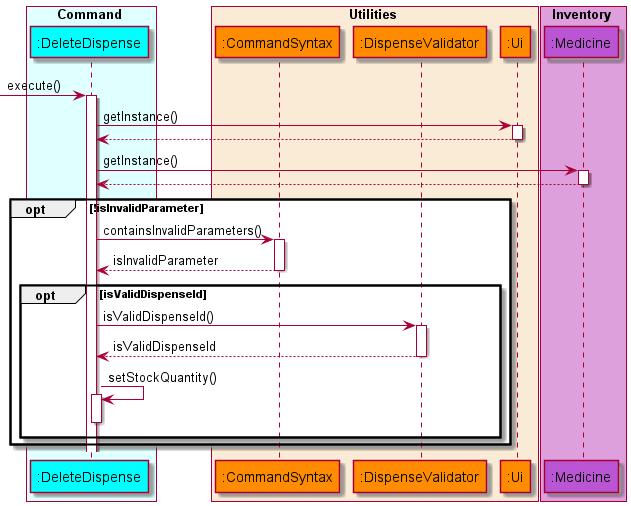
nus-cs2113-AY2122S1/tp keeps this PlantUML diagram as docs/diagrams/diagram_images/DeleteDispenseSequenceDiagram.png. Above is the earlier version. Source of this version:
```plantuml
@startuml UpdateStockSequenceDiagram

!include style.puml

box Command COLOR_COMMAND_BOX
    participant ":DeleteDispense" as deletedispense COLOR_COMMAND
end box

box Utilities COLOR_UTILITIES_BOX
    participant ":CommandSyntax" as commandsyntax COLOR_UTILITIES
    participant ":DispenseValidator" as dispensevalidator COLOR_UTILITIES
    participant ":Ui" as ui COLOR_UTILITIES
end box

box Inventory COLOR_INVENTORY_BOX
    participant ":Medicine" as medicine COLOR_INVENTORY
end box

autoactivate on
-> deletedispense: execute()
deletedispense -> ui: getInstance()
deletedispense <-- ui
deletedispense -> medicine : getInstance()
deletedispense <-- medicine

opt !isInvalidParameter
deletedispense -> commandsyntax : containsInvalidParameters()
deletedispense <-- commandsyntax : isInvalidParameter
    opt isValidDispenseId
    deletedispense -> dispensevalidator : isValidDispenseId()
    deletedispense <-- dispensevalidator : isValidDispenseId
    deletedispense -> deletedispense : setStockQuantity()
    deactivate deletedispense
    end
end
@enduml
```
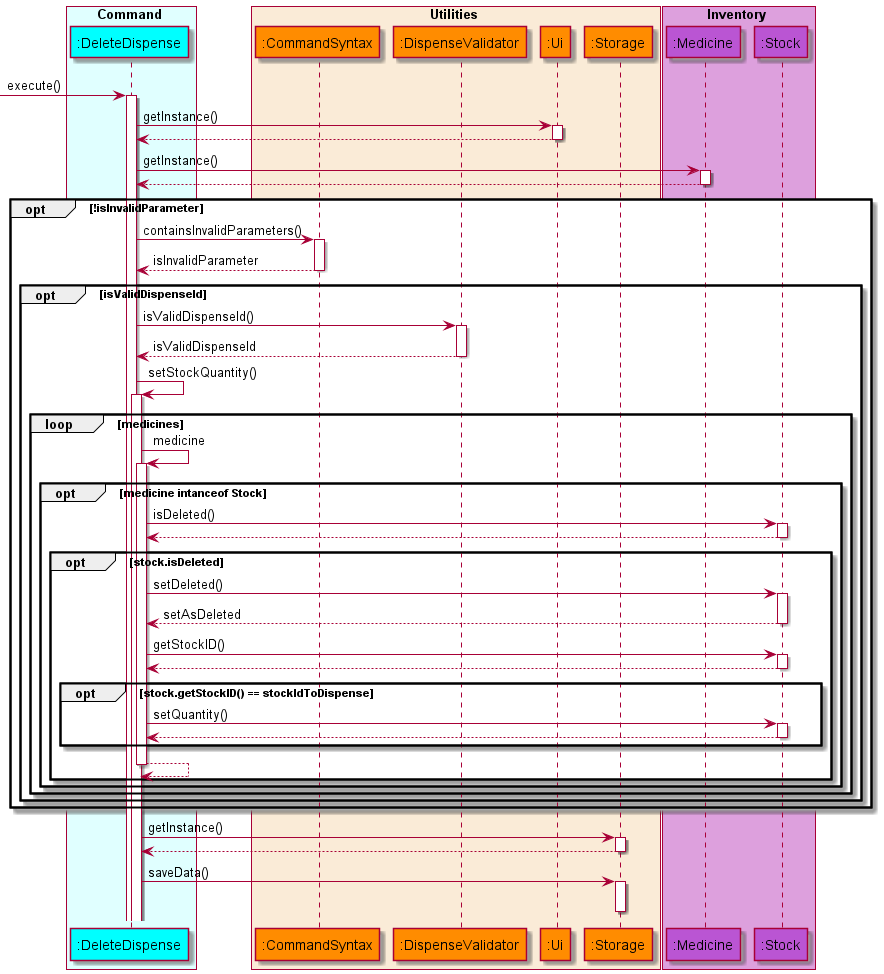
Later version of the same file.

Commit message:
update sequence diagram and DG

The edit, as a diff of the source:
```diff
@@ -10,10 +10,12 @@
     participant ":CommandSyntax" as commandsyntax COLOR_UTILITIES
     participant ":DispenseValidator" as dispensevalidator COLOR_UTILITIES
     participant ":Ui" as ui COLOR_UTILITIES
+    participant ":Storage" as storage COLOR_UTILITIES
 end box
 
 box Inventory COLOR_INVENTORY_BOX
     participant ":Medicine" as medicine COLOR_INVENTORY
+    participant ":Stock" as stock COLOR_INVENTORY
 end box
 
 autoactivate on
@@ -30,7 +32,32 @@
     deletedispense -> dispensevalidator : isValidDispenseId()
     deletedispense <-- dispensevalidator : isValidDispenseId
     deletedispense -> deletedispense : setStockQuantity()
-    deactivate deletedispense
+        loop medicines
+            deletedispense -> deletedispense : medicine
+            opt medicine intanceof Stock
+                deletedispense -> stock : isDeleted()
+                deletedispense <-- stock :
+                opt stock.isDeleted
+                    deletedispense -> stock : setDeleted()
+                    deletedispense <-- stock : setAsDeleted
+
+                    deletedispense -> stock : getStockID()
+                    deletedispense <-- stock :
+                    opt stock.getStockID() == stockIdToDispense
+                    deletedispense -> stock : setQuantity()
+                    deletedispense <-- stock :
+                    end
+                    deletedispense -->deletedispense
+                end
+
+            end
+        end
     end
 end
+    deletedispense -> storage: getInstance()
+    deletedispense <-- storage
+    deletedispense -> storage: saveData()
+    deactivate storage
+
+
 @enduml
```
